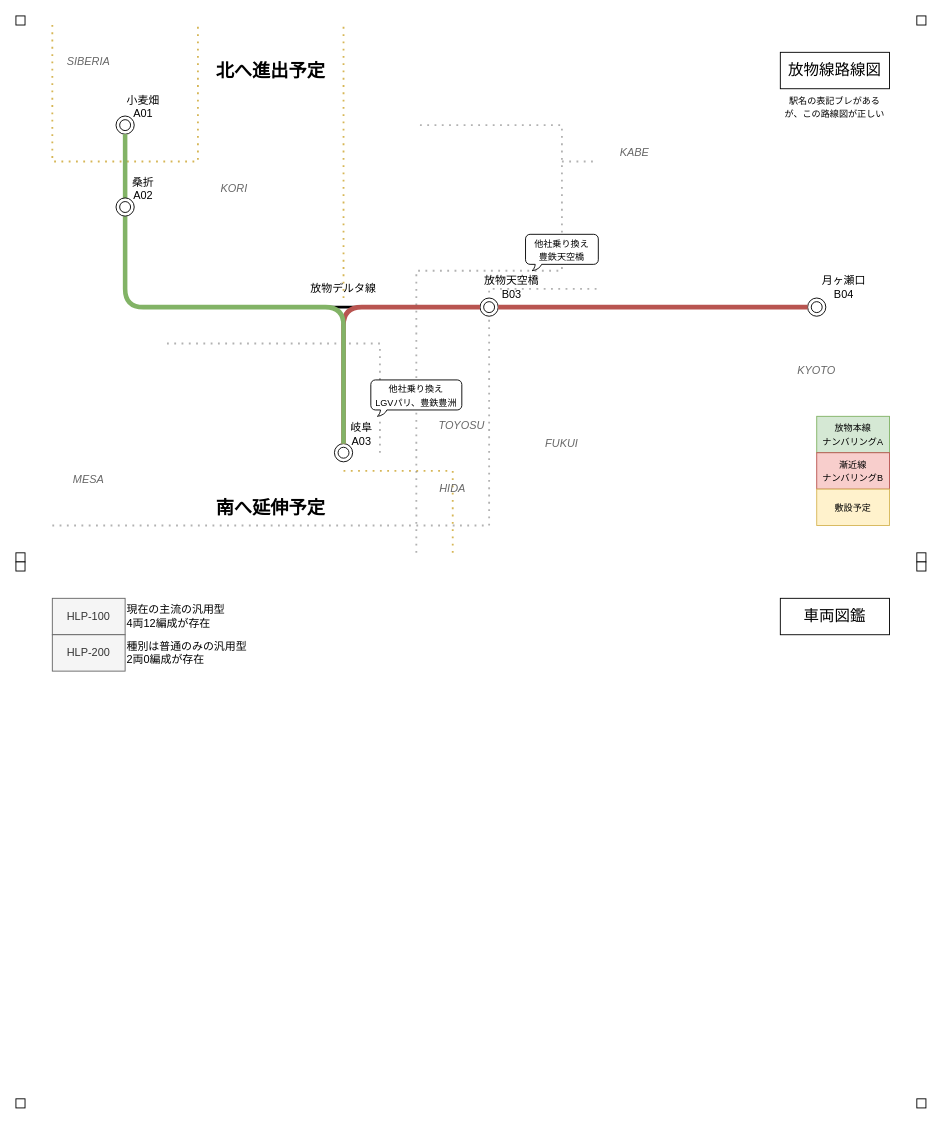
Before: バリン鯖放物線.drawio in chainsawsteel1/drawio-files, a draw.io diagram. Source tidied: cells renumbered, new cells numbered last; positions are measured from the earlier drawing's top-left corner, leaving out a move shared by most shapes. Both pictures are drawn from the tidied source at 91%, with x=0, y=0 at pixel (15, 15).
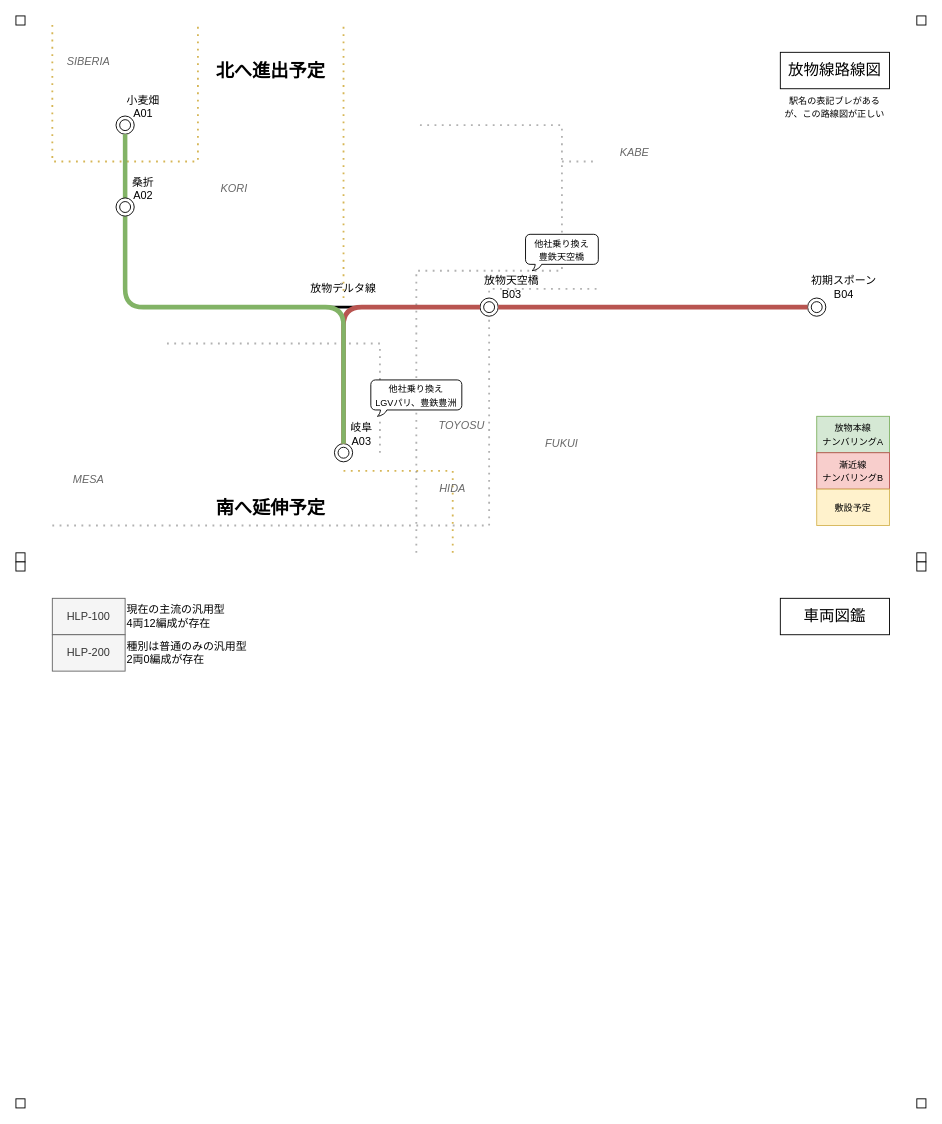
Above is the later version.

Commit message:
バリン鯖放物線.drawio を更新します

Diff of the diagram source:
```diff
@@
-    <mxCell id="12" value="&lt;div&gt;月ヶ瀬口&lt;br&gt;&lt;/div&gt;B04" style="text;html=1;align=center;verticalAlign=middle;whiteSpace=wrap;rounded=0;" parent="1" vertex="1">
+    <mxCell id="12" value="&lt;div&gt;初期スポーン&lt;br&gt;&lt;/div&gt;B04" style="text;html=1;align=center;verticalAlign=middle;whiteSpace=wrap;rounded=0;" parent="1" vertex="1">
       <mxGeometry x="870" y="280" width="80" height="35" as="geometry" />
     </mxCell>
@@
-    <mxCell id="41" value="&lt;font color=&quot;#666666&quot;&gt;&lt;i&gt;KYOTO&lt;/i&gt;&lt;/font&gt;" style="text;html=1;align=center;verticalAlign=middle;whiteSpace=wrap;rounded=0;" parent="1" vertex="1">
-      <mxGeometry x="840" y="380" width="80" height="20" as="geometry" />
-    </mxCell>
```
